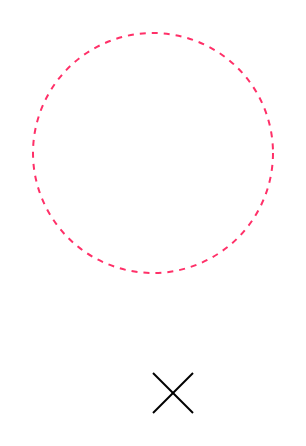
Before: contrastive_decoupling.drawio in Jeremstym/didacticJerem, a draw.io diagram. Source tidied: cells renumbered, new cells numbered last; positions are measured from the earlier drawing's top-left corner, leaving out a move shared by most shapes. Both pictures are drawn from the tidied source at 200%, with x=0, y=0 at pixel (32, 32).
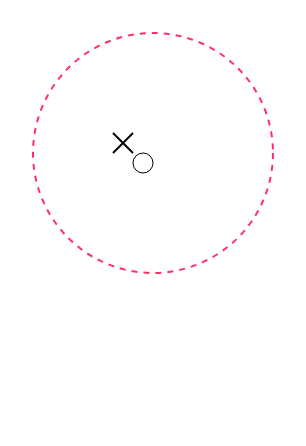
The same page after the edit.

The edit, as a diff of the source:
```diff
@@
 <mxGraphModel>
   <root>
     <mxCell id="0" />
     <mxCell id="1" parent="0" />
     <mxCell id="2" style="ellipse;whiteSpace=wrap;html=1;fillColor=none;dashed=1;strokeColor=#FF3068;" parent="1" vertex="1">
       <mxGeometry width="120" height="120" as="geometry" />
     </mxCell>
+    <mxCell id="5" style="group;" parent="1" vertex="1">
+      <mxGeometry x="40" y="50" width="10" height="10" as="geometry" />
+    </mxCell>
-    <mxCell id="3" style="endArrow=none;html=1;rounded=0;" parent="1" edge="1">
+    <mxCell id="3" style="endArrow=none;html=1;rounded=0;" parent="5" edge="1">
       <mxGeometry relative="1" as="geometry">
-        <mxPoint x="60" y="190" as="sourcePoint" />
-        <mxPoint x="80" y="170" as="targetPoint" />
+        <mxPoint y="10" as="sourcePoint" />
+        <mxPoint x="10" as="targetPoint" />
       </mxGeometry>
     </mxCell>
-    <mxCell id="4" style="endArrow=none;html=1;rounded=0;" parent="1" edge="1">
+    <mxCell id="4" style="endArrow=none;html=1;rounded=0;" parent="5" edge="1">
       <mxGeometry relative="1" as="geometry">
-        <mxPoint x="60" y="170" as="sourcePoint" />
-        <mxPoint x="80" y="190" as="targetPoint" />
+        <mxPoint as="sourcePoint" />
+        <mxPoint x="10" y="10" as="targetPoint" />
+        <Array as="points">
+          <mxPoint x="5" y="5" />
+        </Array>
       </mxGeometry>
     </mxCell>
+    <mxCell id="6" style="ellipse;whiteSpace=wrap;html=1;align=center;verticalAlign=top;fontFamily=Helvetica;fontSize=12;fontColor=default;fillColor=none;gradientColor=none;strokeWidth=0.5;" parent="1" vertex="1">
+      <mxGeometry x="50" y="60" width="10" height="10" as="geometry" />
+    </mxCell>
   </root>
 </mxGraphModel>
```
